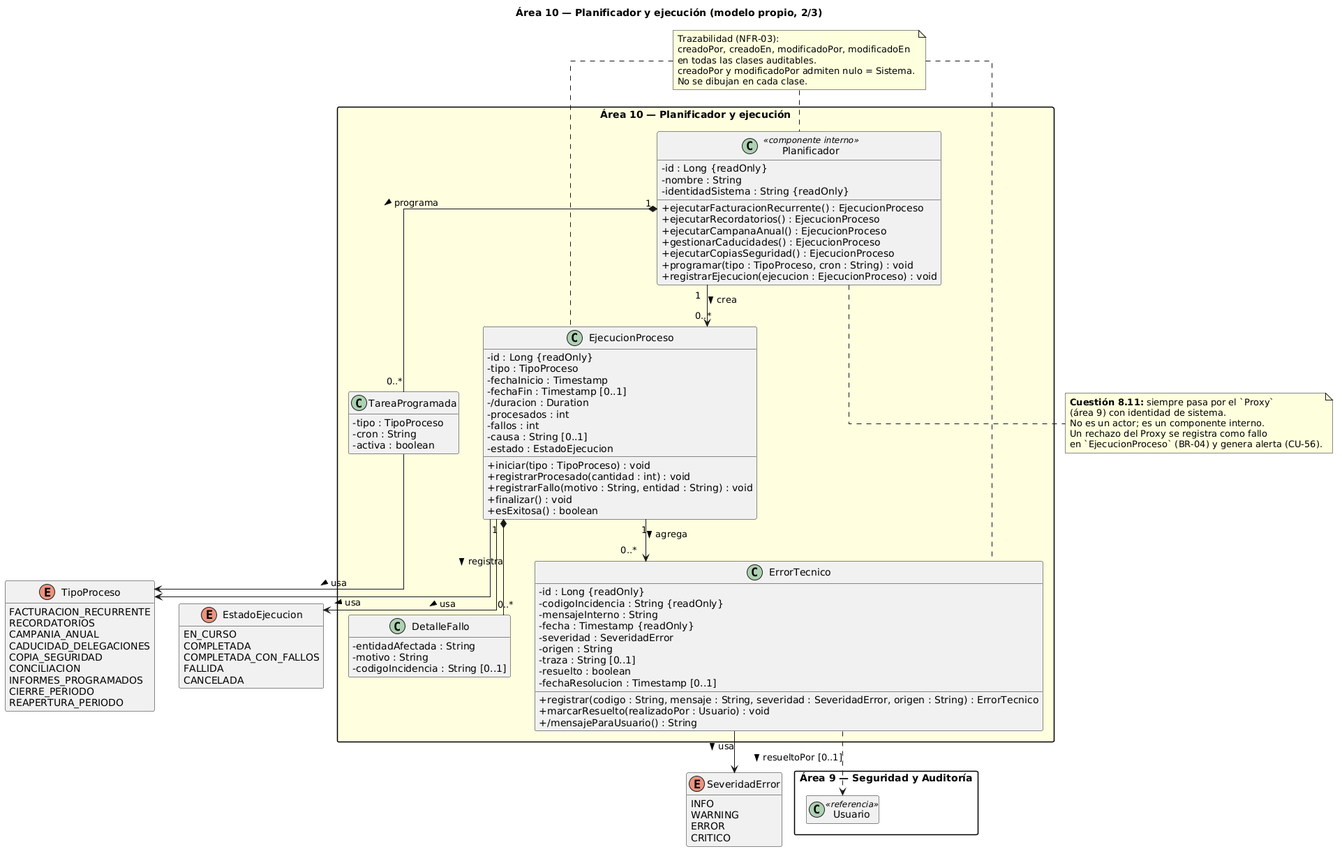
Above: Entrega2_GrupoBebes/Diagramas de clase/Area 10/area10_2_planificador.png in naybetaomar/AyDA-ProyectoBebes (PlantUML), before the change.
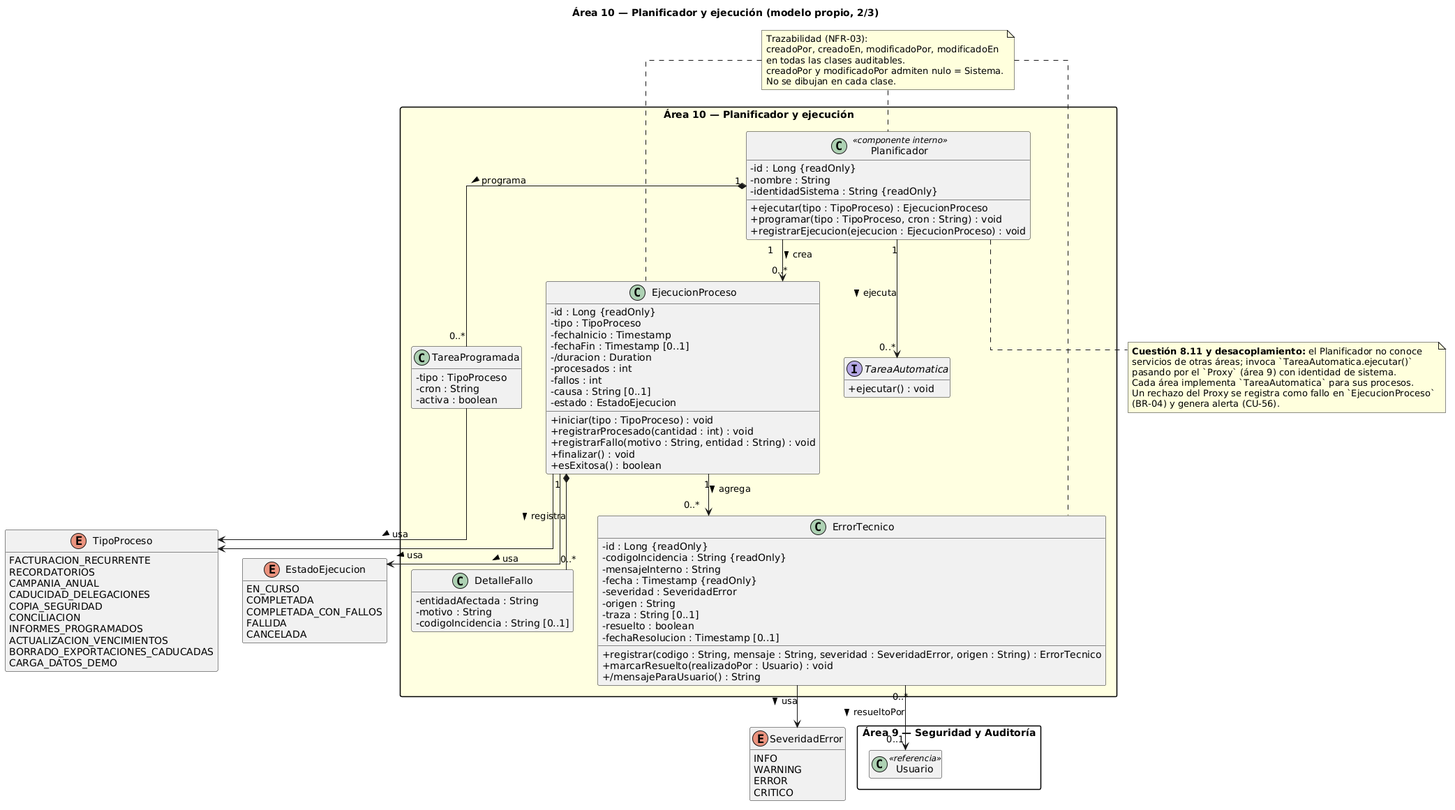
After the change.

Diff of the diagram source:
```diff
@@ -10,15 +10,15 @@
 
 package "Área 10 — Planificador y ejecución" #LightYellow {
 
+  interface TareaAutomatica {
+    + ejecutar() : void
+  }
+
   class Planificador <<componente interno>> {
     - id : Long {readOnly}
     - nombre : String
     - identidadSistema : String {readOnly}
-    + ejecutarFacturacionRecurrente() : EjecucionProceso
-    + ejecutarRecordatorios() : EjecucionProceso
-    + ejecutarCampanaAnual() : EjecucionProceso
-    + gestionarCaducidades() : EjecucionProceso
-    + ejecutarCopiasSeguridad() : EjecucionProceso
+    + ejecutar(tipo : TipoProceso) : EjecucionProceso
     + programar(tipo : TipoProceso, cron : String) : void
     + registrarEjecucion(ejecucion : EjecucionProceso) : void
   }
@@ -76,8 +76,9 @@
   COPIA_SEGURIDAD
   CONCILIACION
   INFORMES_PROGRAMADOS
-  CIERRE_PERIODO
-  REAPERTURA_PERIODO
+  ACTUALIZACION_VENCIMIENTOS
+  BORRADO_EXPORTACIONES_CADUCADAS
+  CARGA_DATOS_DEMO
 }
 
 enum EstadoEjecucion {
@@ -100,6 +101,7 @@
 }
 
 Planificador "1" *-- "0..*" TareaProgramada : programa >
+Planificador "1" --> "0..*" TareaAutomatica : ejecuta >
 Planificador "1" --> "0..*" EjecucionProceso : crea >
 EjecucionProceso "1" *-- "0..*" DetalleFallo : registra >
 EjecucionProceso "1" --> "0..*" ErrorTecnico : agrega >
@@ -107,17 +109,18 @@
 EjecucionProceso --> TipoProceso : usa >
 EjecucionProceso --> EstadoEjecucion : usa >
 ErrorTecnico --> SeveridadError : usa >
-ErrorTecnico ..> Usuario : resueltoPor [0..1] >
+ErrorTecnico "0..*" --> "0..1" Usuario : resueltoPor >
 
 NFR03 .. Planificador
 NFR03 .. EjecucionProceso
 NFR03 .. ErrorTecnico
 
 note bottom of Planificador
-  **Cuestión 8.11:** siempre pasa por el `Proxy`
-  (área 9) con identidad de sistema.
-  No es un actor; es un componente interno.
-  Un rechazo del Proxy se registra como fallo
-  en `EjecucionProceso` (BR-04) y genera alerta (CU-56).
+  **Cuestión 8.11 y desacoplamiento:** el Planificador no conoce
+  servicios de otras áreas; invoca `TareaAutomatica.ejecutar()`
+  pasando por el `Proxy` (área 9) con identidad de sistema.
+  Cada área implementa `TareaAutomatica` para sus procesos.
+  Un rechazo del Proxy se registra como fallo en `EjecucionProceso`
+  (BR-04) y genera alerta (CU-56).
 end note
 @enduml
```
